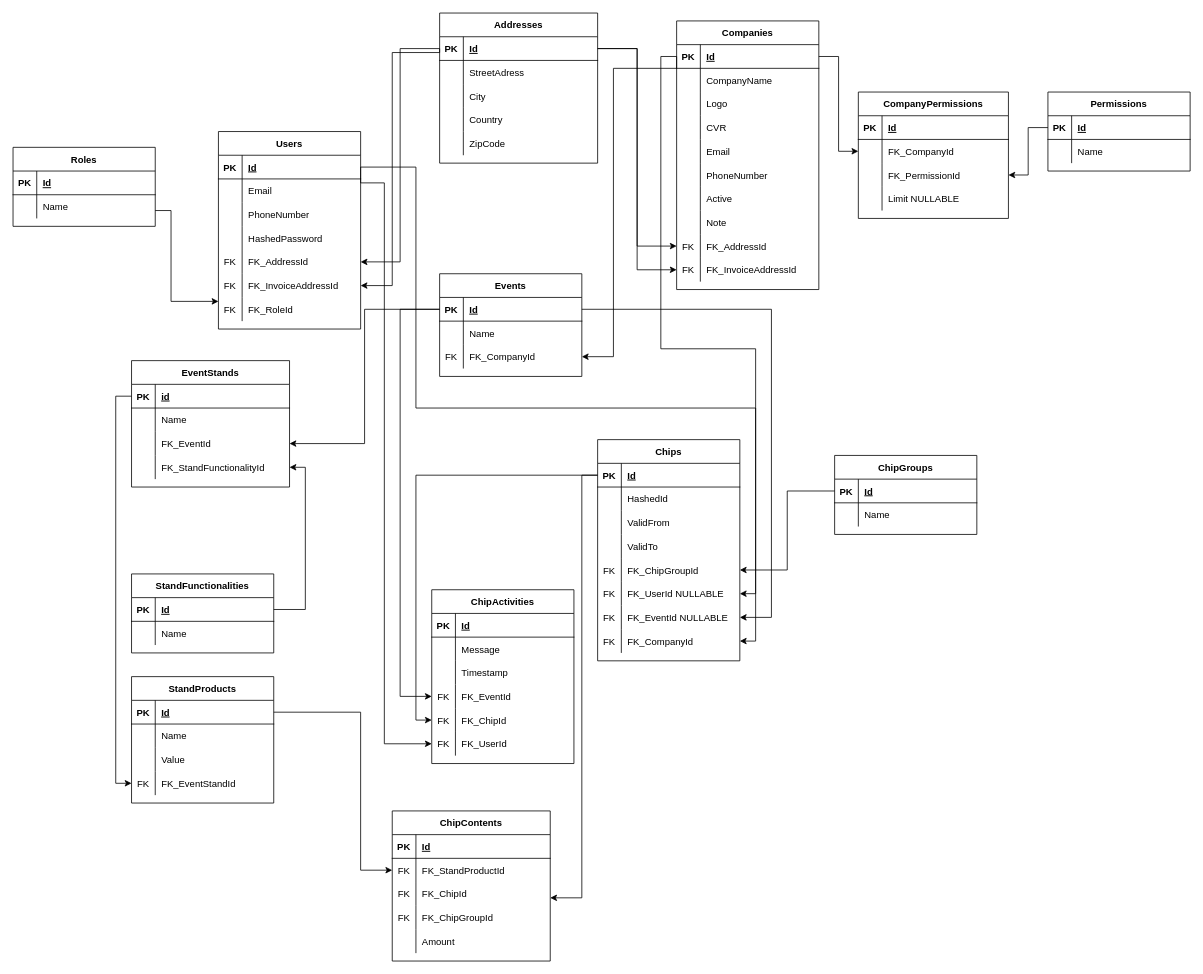
The draw.io diagram DrawIOFiles/ER-diagram.drawio in Ronnie1983/Idevent, before the edit. Source tidied: cells renumbered, new cells numbered last; positions are measured from the earlier drawing's top-left corner, leaving out a move shared by most shapes. Both pictures are drawn from the tidied source at 79%, with x=0, y=0 at pixel (13, 13).
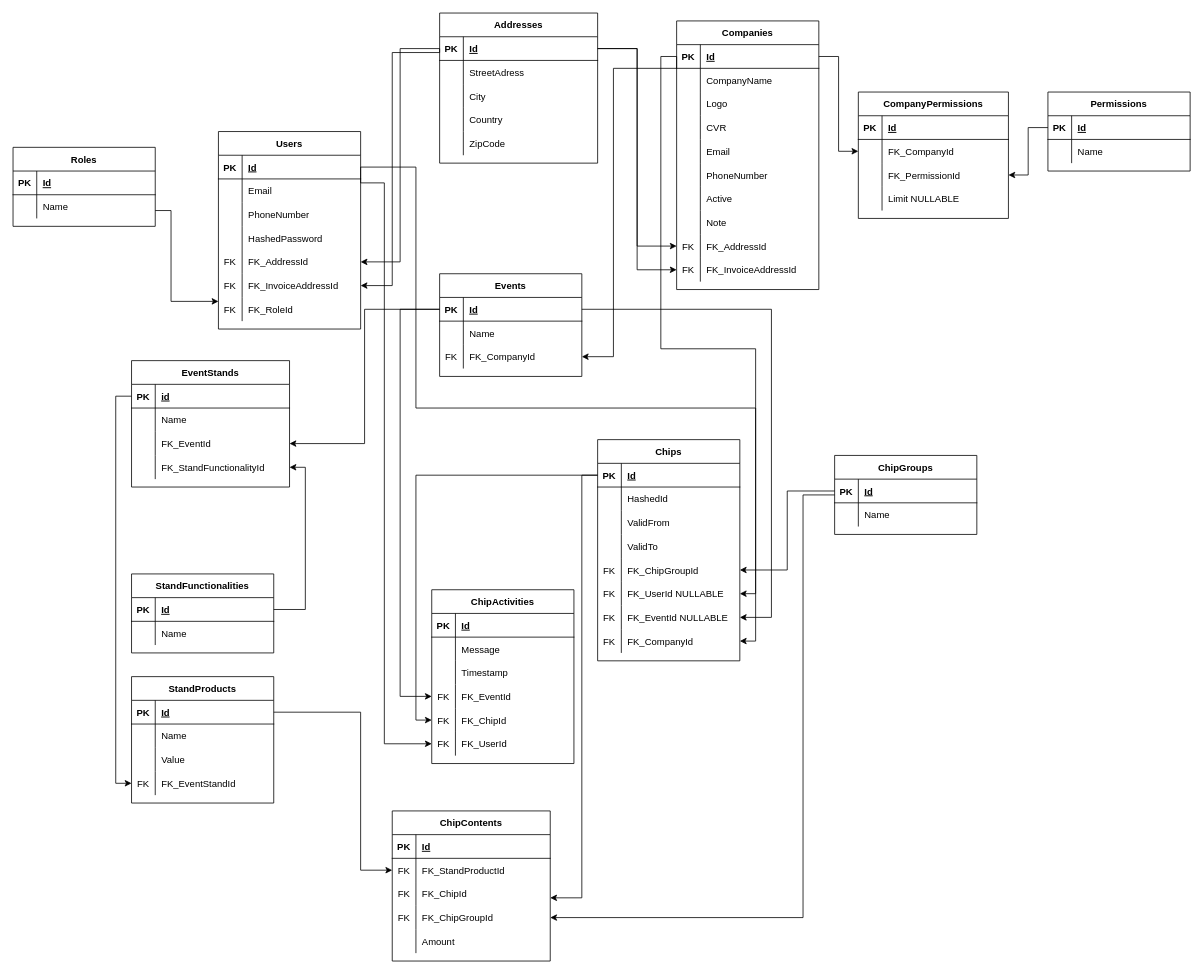
After the change.

Commit message:
Added missing foreign key link to ChipContents.

The change refers to these unchanged cells:
```xml
<mxCell id="199" value="ChipGroups" style="shape=table;startSize=30;childLayout=tableLayout;rowLines=0;fontStyle=1;align=center;" parent="1" vertex="1">
  <mxGeometry x="1040" y="560" width="180" height="100" as="geometry" />
</mxCell>
<mxCell id="222" style="shape=partialRectangle;fillColor=none;top=0;left=0;bottom=0;right=0;points=[[0,0.5],[1,0.5]];portConstraint=eastwest;" parent="212" vertex="1">
  <mxGeometry y="120" width="200" height="30" as="geometry" />
</mxCell>
```

The edit, as a diff of the source:
```diff
@@
+    <mxCell id="228" style="edgeStyle=orthogonalEdgeStyle;rounded=0;jettySize=auto;html=1;" parent="1" edge="1" source="199" target="222">
+      <mxGeometry relative="1" as="geometry">
+        <Array as="points">
+          <mxPoint x="1000" y="610" />
+          <mxPoint x="1000" y="1145" />
+        </Array>
+      </mxGeometry>
+    </mxCell>
```
